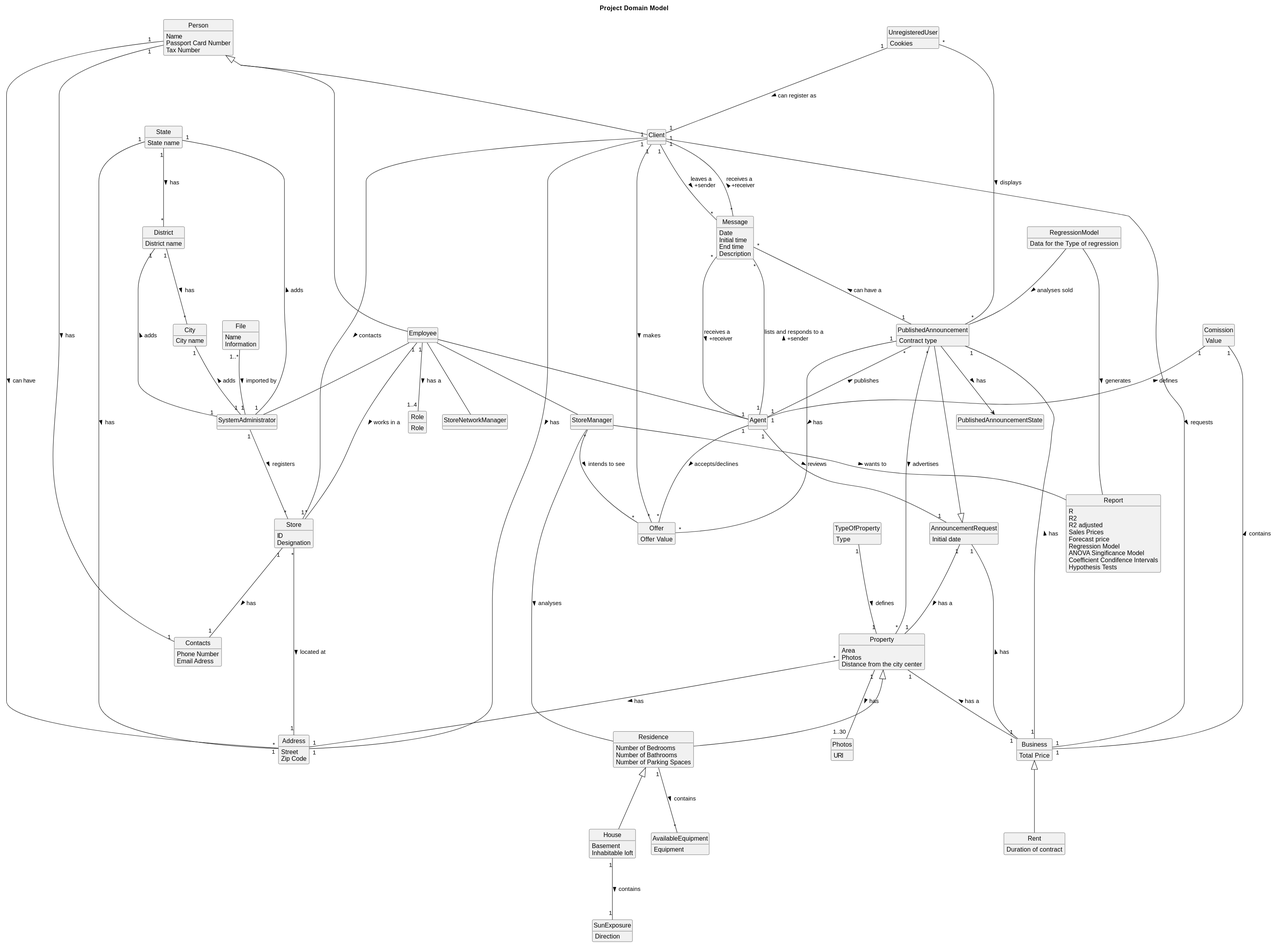
This is docs/sprintD/global-artifacts/02.analysis/svg/project-domain-model.svg from PureNimble/ISEP-LAPR2, a PlantUML export, as it was before one commit.
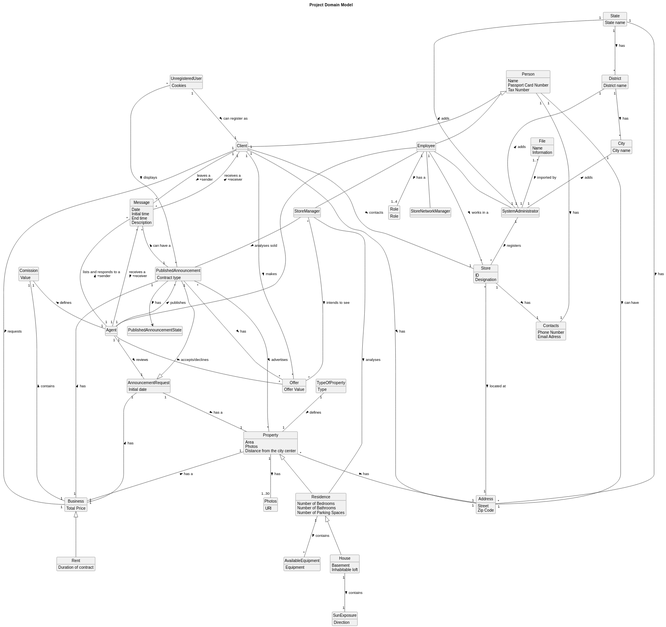
After the commit.

Commit message:
US 18 - Domain model small correction + added svg (with vasco) Project Domain Model small correction + Added the SVG

The edit, as a diff of the source:
```diff
@@ -133,21 +133,7 @@
 class StoreNetworkManager {
 
 }
-class Report{
-    R
-    R2
-    R2 adjusted
-    Sales Prices
-    Forecast price
-    Regression Model
-    ANOVA Singificance Model
-    Coefficient Condifence Intervals
-    Hypothesis Tests
-}
 
-class RegressionModel{
-    Data for the Type of regression
-}
 
 Comission "1" --- "1" Business : contains <
 District "1" --- "*" City : has >
@@ -202,8 +188,6 @@
 Agent "1" --- "*" Message: receives a \n +receiver <
 Agent "1" --- "*" Message: lists and responds to a \n +sender >
 Client "1" --- "*" Message: receives a \n +receiver <
-RegressionModel --- PublishedAnnouncement : analyses sold >
-RegressionModel --- Report : generates >
-StoreManager --- Report : wants to >
+StoreManager --- PublishedAnnouncement : analyses sold >
 PublishedAnnouncement ---> PublishedAnnouncementState : has >
 @enduml
```
